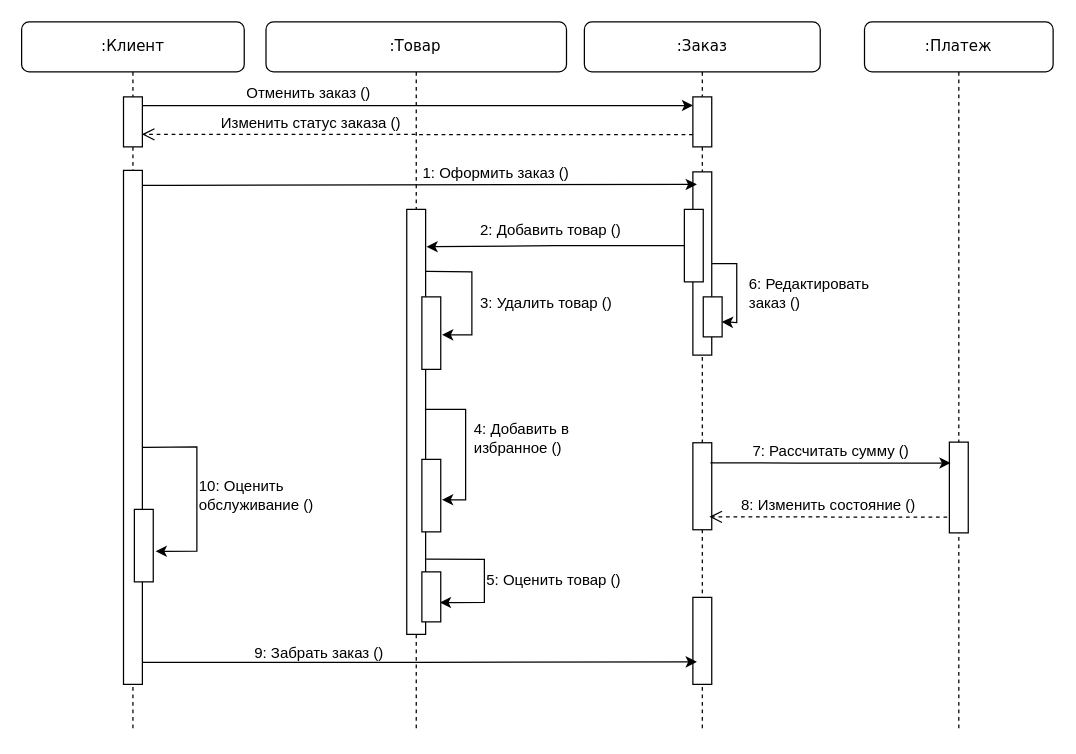
This is дгрмм последовательности.drawio from Ksenix-CopLLeRe/preparation, a draw.io file, before an edit. Source tidied: cells renumbered, new cells numbered last; positions are measured from the earlier drawing's top-left corner, leaving out a move shared by most shapes. Both pictures are drawn from the tidied source at 125%, with x=0, y=0 at pixel (21, 21).
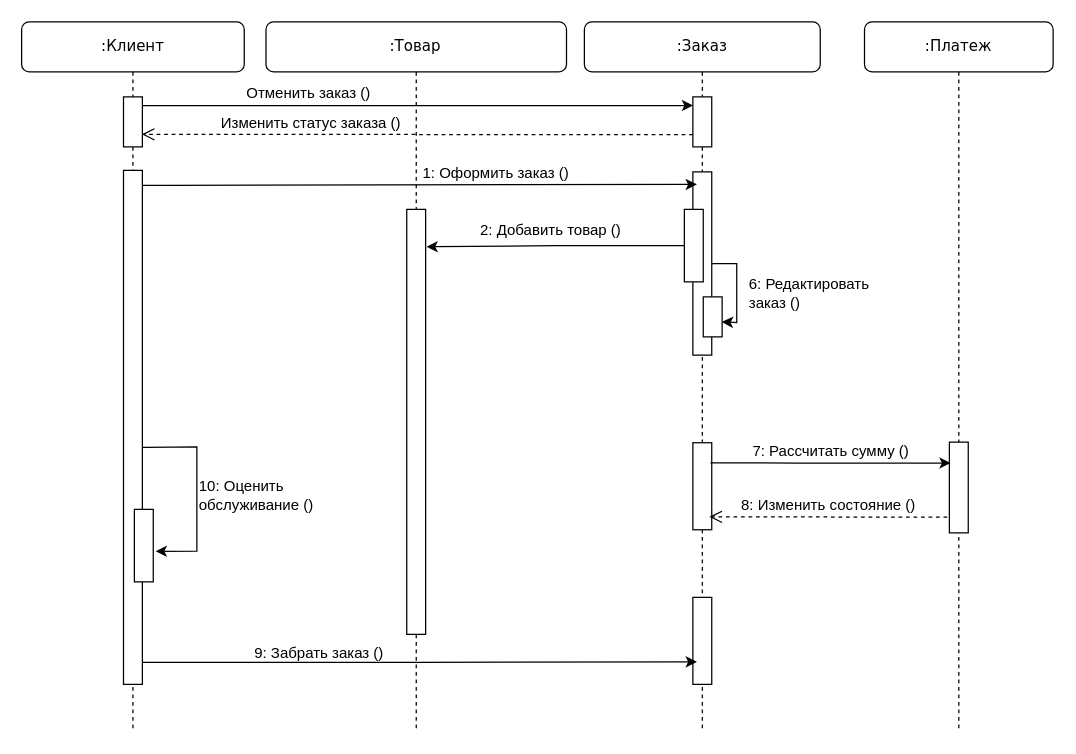
After the change.

Unchanged cells that the change refers to:
```xml
<mxCell id="2" style="group;" parent="1" vertex="1">
  <mxGeometry x="10" width="815" height="568" as="geometry" />
</mxCell>
<mxCell id="22" style="html=1;points=[];perimeter=orthogonalPerimeter;rounded=0;shadow=0;comic=0;labelBackgroundColor=none;strokeWidth=1;fontFamily=Verdana;fontSize=12;align=center;" parent="2" vertex="1">
  <mxGeometry x="297.9" y="150" width="15.1" height="340" as="geometry" />
</mxCell>
```

Change to the diagram source:
```diff
@@
-    <mxCell id="19" style="edgeStyle=orthogonalEdgeStyle;rounded=0;jettySize=auto;html=1;exitX=0.997;exitY=0.146;exitDx=0;exitDy=0;exitPerimeter=0;entryX=1.069;entryY=0.524;entryDx=0;entryDy=0;entryPerimeter=0;" parent="2" edge="1" source="22" target="23">
-      <mxGeometry relative="1" as="geometry">
-        <Array as="points">
-          <mxPoint x="315" y="200" />
-          <mxPoint x="350" y="200" />
-          <mxPoint x="350" y="250" />
-        </Array>
-      </mxGeometry>
-    </mxCell>
-    <mxCell id="20" style="edgeStyle=orthogonalEdgeStyle;rounded=0;jettySize=auto;html=1;entryX=1.066;entryY=0.557;entryDx=0;entryDy=0;entryPerimeter=0;" parent="2" edge="1" source="22" target="25">
-      <mxGeometry relative="1" as="geometry">
-        <Array as="points">
-          <mxPoint x="345" y="310" />
-          <mxPoint x="345" y="382" />
-        </Array>
-      </mxGeometry>
-    </mxCell>
-    <mxCell id="21" style="edgeStyle=orthogonalEdgeStyle;rounded=0;jettySize=auto;html=1;entryX=0.952;entryY=0.613;entryDx=0;entryDy=0;entryPerimeter=0;exitX=1.028;exitY=0.823;exitDx=0;exitDy=0;exitPerimeter=0;" parent="2" edge="1" source="22" target="39">
-      <mxGeometry relative="1" as="geometry">
-        <Array as="points">
-          <mxPoint x="315" y="430" />
-          <mxPoint x="360" y="430" />
-          <mxPoint x="360" y="465" />
-        </Array>
-      </mxGeometry>
-    </mxCell>
@@
-    <mxCell id="23" style="html=1;points=[];perimeter=orthogonalPerimeter;rounded=0;shadow=0;comic=0;labelBackgroundColor=none;strokeWidth=1;fontFamily=Verdana;fontSize=12;align=center;" parent="2" vertex="1">
-      <mxGeometry x="310" y="220" width="15.1" height="58" as="geometry" />
-    </mxCell>
-    <mxCell id="24" value="3: Удалить&amp;nbsp;&lt;span style=&quot;background-color: initial;&quot;&gt;товар ()&lt;/span&gt;" style="text;strokeColor=none;align=left;fillColor=none;html=1;verticalAlign=middle;whiteSpace=wrap;rounded=0;" parent="2" vertex="1">
-      <mxGeometry x="355" y="208" width="130" height="34.8" as="geometry" />
-    </mxCell>
-    <mxCell id="25" style="html=1;points=[];perimeter=orthogonalPerimeter;rounded=0;shadow=0;comic=0;labelBackgroundColor=none;strokeWidth=1;fontFamily=Verdana;fontSize=12;align=center;" parent="2" vertex="1">
-      <mxGeometry x="310" y="350" width="15.1" height="58" as="geometry" />
-    </mxCell>
-    <mxCell id="26" value="4: Добавить в избранное ()" style="text;strokeColor=none;align=left;fillColor=none;html=1;verticalAlign=middle;whiteSpace=wrap;rounded=0;" parent="2" vertex="1">
-      <mxGeometry x="350" y="315.2" width="130" height="34.8" as="geometry" />
-    </mxCell>
@@
-    <mxCell id="39" style="html=1;points=[];perimeter=orthogonalPerimeter;rounded=0;shadow=0;comic=0;labelBackgroundColor=none;strokeWidth=1;fontFamily=Verdana;fontSize=12;align=center;" parent="2" vertex="1">
-      <mxGeometry x="310" y="440" width="15.1" height="40" as="geometry" />
-    </mxCell>
-    <mxCell id="40" value="5: Оценить товар ()" style="text;strokeColor=none;align=left;fillColor=none;html=1;verticalAlign=middle;whiteSpace=wrap;rounded=0;" parent="2" vertex="1">
-      <mxGeometry x="360" y="430" width="130" height="34.8" as="geometry" />
-    </mxCell>
```
